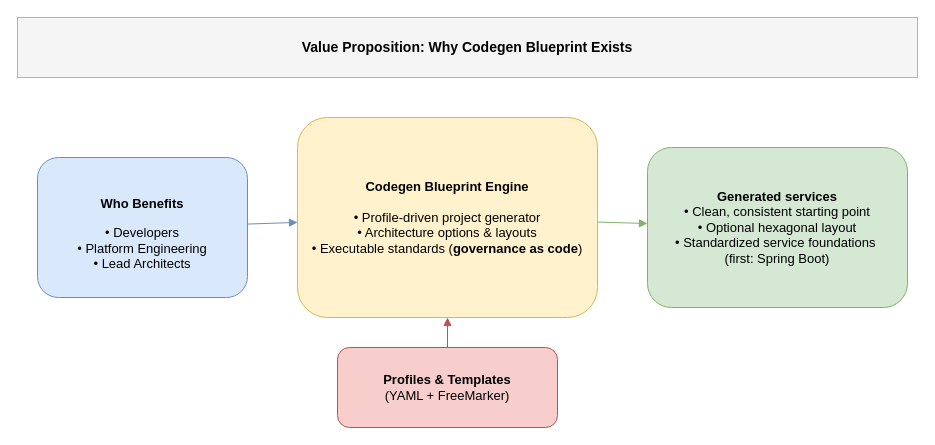
Earlier version of the draw.io diagram docs/diagrams/value-proposition.drawio (bsayli/codegen-blueprint). Source tidied: cells renumbered, new cells numbered last; positions are measured from the earlier drawing's top-left corner, leaving out a move shared by most shapes. Both pictures are drawn from the tidied source at 100%, with x=0, y=0 at pixel (17, 17).
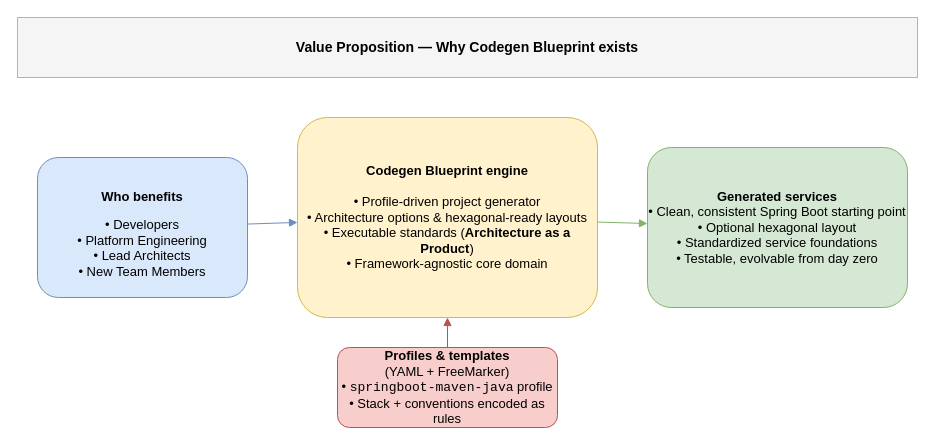
The same diagram, later.

What changed in the source:
```diff
@@
 <mxGraphModel>
   <root>
     <mxCell id="0" />
     <mxCell id="1" parent="0" />
-    <mxCell id="2" value="&lt;p class=&quot;p1&quot;&gt;&lt;b&gt;Who Benefits&lt;/b&gt;&lt;/p&gt;• Developers&lt;br&gt;• Platform Engineering&lt;br&gt;• Lead Architects" style="rounded=1;whiteSpace=wrap;html=1;fillColor=#dae8fc;strokeColor=#6c8ebf;fontSize=13;" parent="1" vertex="1">
+    <mxCell id="2" value="&lt;p class=&quot;p1&quot;&gt;&lt;b&gt;Who benefits&lt;/b&gt;&lt;/p&gt;• Developers&lt;br&gt;• Platform Engineering&lt;br&gt;• Lead Architects&lt;br&gt;• New Team Members" style="rounded=1;whiteSpace=wrap;html=1;fillColor=#dae8fc;strokeColor=#6c8ebf;fontSize=13;" parent="1" vertex="1">
       <mxGeometry x="20" y="140" width="210" height="140" as="geometry" />
     </mxCell>
-    <mxCell id="3" value="&lt;b&gt;Codegen Blueprint Engine&lt;/b&gt;&lt;br&gt;&lt;br&gt;• Profile-driven project generator&lt;br&gt;• Architecture options &amp;amp; layouts&lt;br&gt;• Executable standards (&lt;b&gt;governance as code&lt;/b&gt;)" style="rounded=1;whiteSpace=wrap;html=1;fillColor=#fff2cc;strokeColor=#d6b656;fontSize=13;" parent="1" vertex="1">
+    <mxCell id="3" value="&lt;b&gt;Codegen Blueprint engine&lt;/b&gt;&lt;br&gt;&lt;br&gt;• Profile-driven project generator&lt;br&gt;• Architecture options &amp;amp; hexagonal-ready layouts&lt;br&gt;• Executable standards (&lt;b&gt;Architecture as a Product&lt;/b&gt;)&lt;br&gt;• Framework-agnostic core domain" style="rounded=1;whiteSpace=wrap;html=1;fillColor=#fff2cc;strokeColor=#d6b656;fontSize=13;" parent="1" vertex="1">
       <mxGeometry x="280" y="100" width="300" height="200" as="geometry" />
     </mxCell>
-    <mxCell id="4" value="&lt;b&gt;Profiles &amp;amp; Templates&lt;/b&gt;&lt;br&gt;(YAML + FreeMarker)" style="rounded=1;whiteSpace=wrap;html=1;fillColor=#f8cecc;strokeColor=#b85450;fontSize=13;" parent="1" vertex="1">
+    <mxCell id="4" value="&lt;b&gt;Profiles &amp;amp; templates&lt;/b&gt;&lt;br&gt;(YAML + FreeMarker)&lt;br&gt;• &lt;code&gt;springboot-maven-java&lt;/code&gt; profile&lt;br&gt;• Stack + conventions encoded as rules" style="rounded=1;whiteSpace=wrap;html=1;fillColor=#f8cecc;strokeColor=#b85450;fontSize=13;" parent="1" vertex="1">
       <mxGeometry x="320" y="330" width="220" height="80" as="geometry" />
     </mxCell>
-    <mxCell id="5" value="&lt;b&gt;Generated services&lt;/b&gt;&lt;br&gt;&lt;div&gt;• Clean, consistent starting point&lt;/div&gt;&lt;div&gt;• Optional hexagonal layout&lt;/div&gt;&lt;div&gt;• Standardized service foundations&amp;nbsp;&lt;/div&gt;&lt;div&gt;(first: Spring Boot)&lt;/div&gt;" style="rounded=1;whiteSpace=wrap;html=1;fillColor=#d5e8d4;strokeColor=#82b366;fontSize=13;" parent="1" vertex="1">
+    <mxCell id="5" value="&lt;b&gt;Generated services&lt;/b&gt;&lt;br&gt;&lt;div&gt;• Clean, consistent Spring Boot starting point&lt;/div&gt;&lt;div&gt;• Optional hexagonal layout&lt;/div&gt;&lt;div&gt;• Standardized service foundations&lt;/div&gt;&lt;div&gt;• Testable, evolvable from day zero&lt;/div&gt;" style="rounded=1;whiteSpace=wrap;html=1;fillColor=#d5e8d4;strokeColor=#82b366;fontSize=13;" parent="1" vertex="1">
       <mxGeometry x="630" y="130" width="260" height="160" as="geometry" />
     </mxCell>
-    <mxCell id="6" value="&lt;p class=&quot;p1&quot;&gt;Value Proposition: Why Codegen Blueprint Exists&lt;/p&gt;" style="rounded=0;whiteSpace=wrap;html=1;fillColor=#f5f5f5;strokeColor=#b3b3b3;fontStyle=1;fontSize=14;align=center;verticalAlign=middle;" parent="1" vertex="1">
+    <mxCell id="6" value="&lt;p class=&quot;p1&quot;&gt;Value Proposition — Why Codegen Blueprint exists&lt;/p&gt;" style="rounded=0;whiteSpace=wrap;html=1;fillColor=#f5f5f5;strokeColor=#b3b3b3;fontStyle=1;fontSize=14;align=center;verticalAlign=middle;" parent="1" vertex="1">
       <mxGeometry width="900" height="60" as="geometry" />
     </mxCell>
     <mxCell id="7" style="endArrow=block;html=1;rounded=0;strokeColor=#6c8ebf;" parent="1" edge="1" source="2" target="3">
       <mxGeometry relative="1" as="geometry" />
     </mxCell>
     <mxCell id="8" style="endArrow=block;html=1;rounded=0;strokeColor=#b85450;" parent="1" edge="1" source="4" target="3">
       <mxGeometry relative="1" as="geometry" />
     </mxCell>
     <mxCell id="9" style="endArrow=block;html=1;rounded=0;strokeColor=#82b366;" parent="1" edge="1" source="3" target="5">
       <mxGeometry relative="1" as="geometry" />
     </mxCell>
   </root>
 </mxGraphModel>
```
